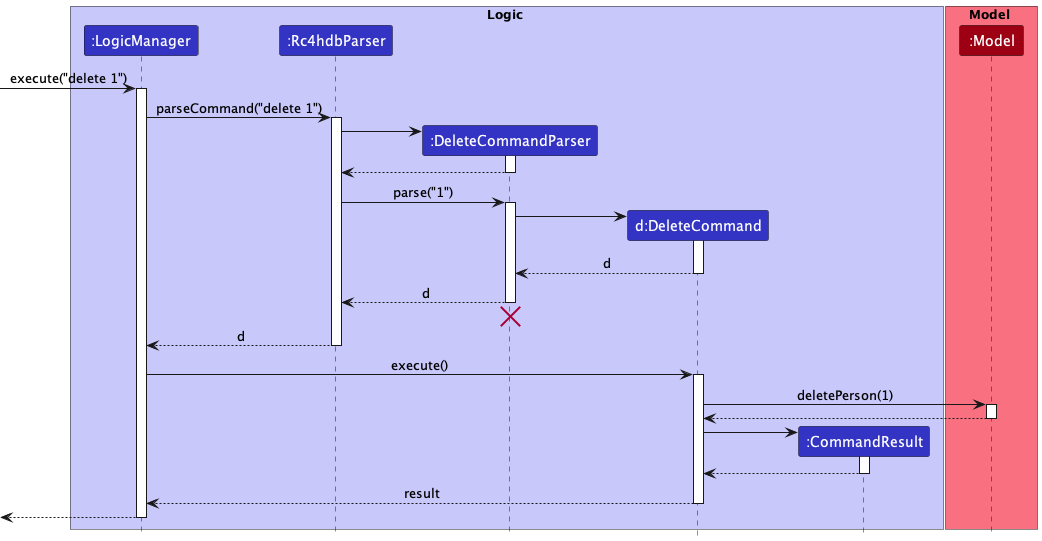
Before: docs/images/DeleteSequenceDiagram.png, a diagram exported from PlantUML (nus-cs2103-AY2223S1/tp).
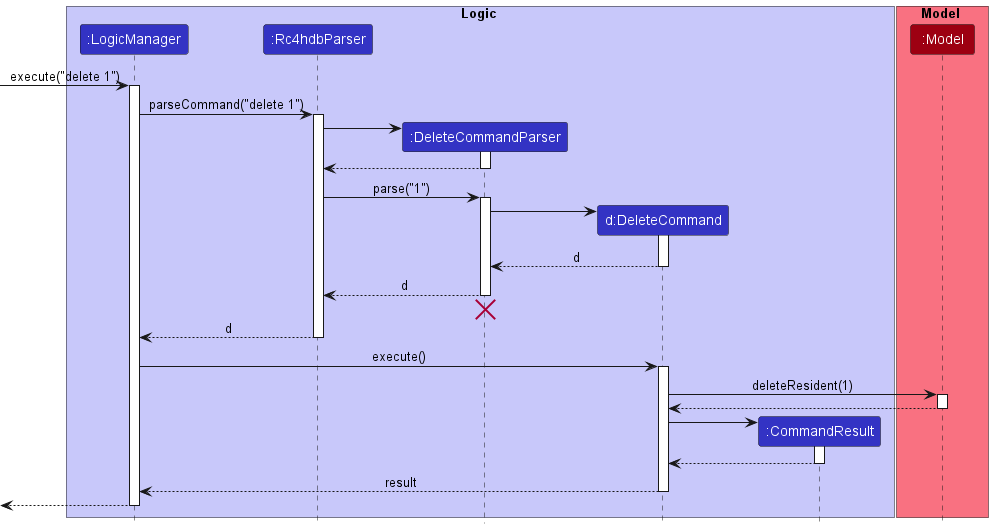
After the commit.

The edit, as a diff of the source:
```diff
@@ -8,11 +8,9 @@
 participant "d:DeleteCommand" as DeleteCommand LOGIC_COLOR
 participant ":CommandResult" as CommandResult LOGIC_COLOR
 end box
-
 box Model MODEL_COLOR_T1
 participant ":Model" as Model MODEL_COLOR
 end box
-
 [-> LogicManager : execute("delete 1")
 activate LogicManager
 
@@ -32,7 +30,6 @@
 create DeleteCommand
 DeleteCommandParser -> DeleteCommand
 activate DeleteCommand
-
 DeleteCommand --> DeleteCommandParser : d
 deactivate DeleteCommand
 
@@ -46,23 +43,17 @@
 
 LogicManager -> DeleteCommand : execute()
 activate DeleteCommand
-
-DeleteCommand -> Model : deletePerson(1)
+DeleteCommand -> Model : deleteResident(1)
 activate Model
-
 Model --> DeleteCommand
 deactivate Model
-
 create CommandResult
 DeleteCommand -> CommandResult
 activate CommandResult
-
 CommandResult --> DeleteCommand
 deactivate CommandResult
-
 DeleteCommand --> LogicManager : result
 deactivate DeleteCommand
-
 [<--LogicManager
 deactivate LogicManager
 @enduml
```
